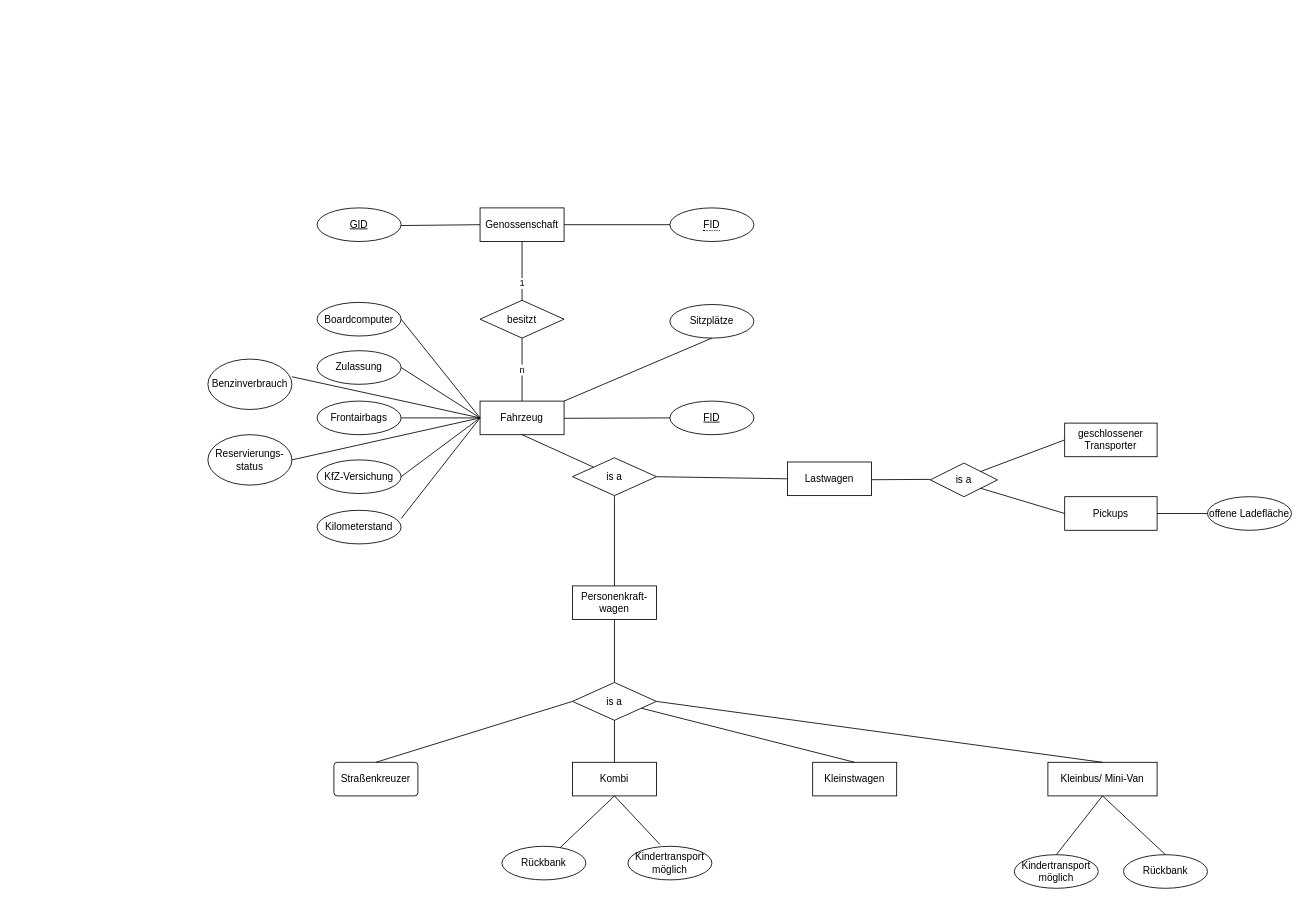
Above: page "Maurice" (2 of 8) of Diagramm.drawio in maudetroll/drawIO (draw.io), before the change. Source tidied: cells renumbered, new cells numbered last; positions are measured from the earlier drawing's top-left corner, leaving out a move shared by most shapes. Both pictures are drawn from the tidied source at 84%, with x=0, y=0 at pixel (207, 207).
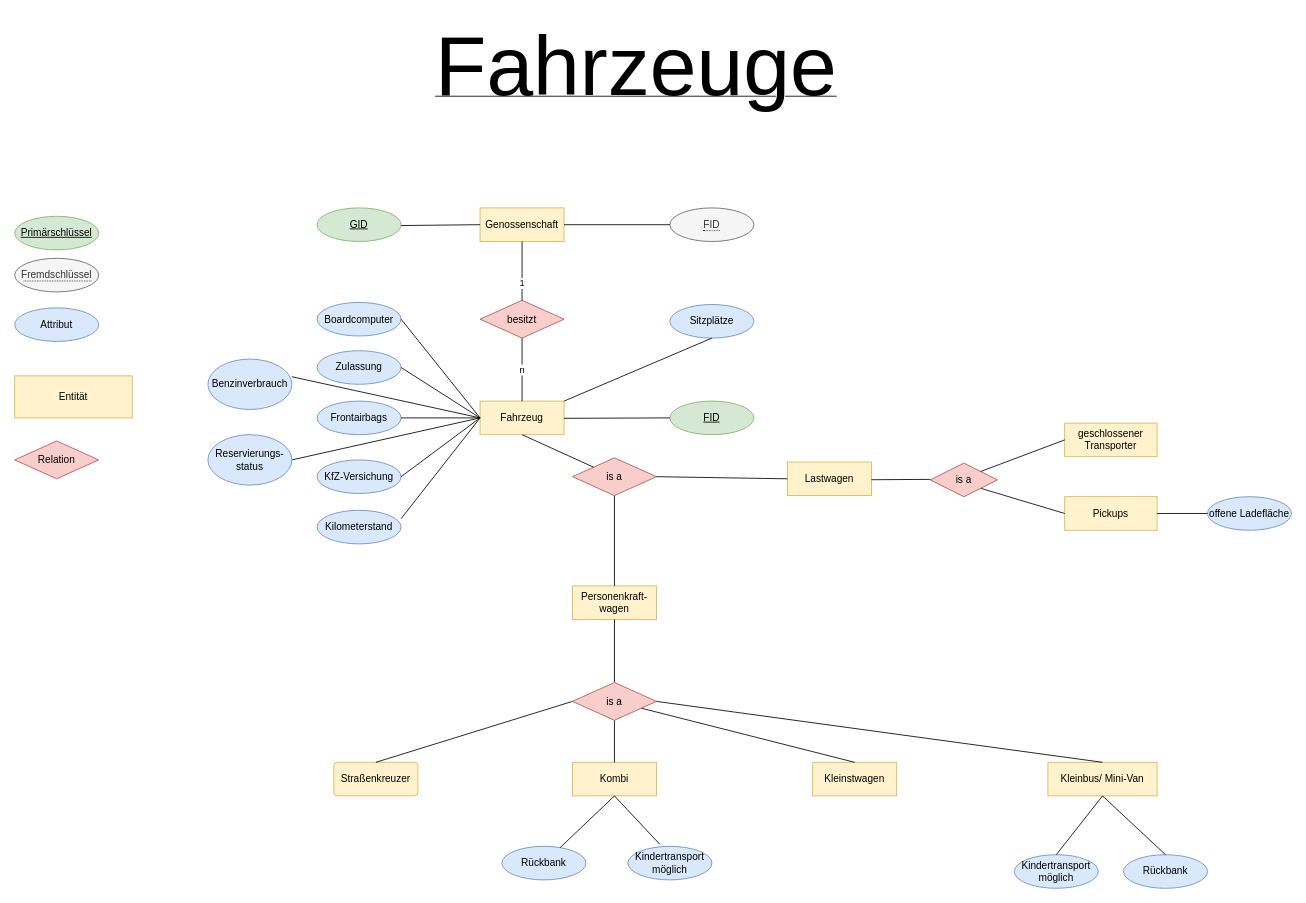
The same page after the edit.

Change to the diagram source:
```diff
@@
-    <mxCell id="2" value="Genossenschaft" style="whiteSpace=wrap;html=1;align=center;" parent="1" vertex="1">
+    <mxCell id="2" value="Genossenschaft" style="whiteSpace=wrap;html=1;align=center;fillColor=#fff2cc;strokeColor=#d6b656;" parent="1" vertex="1">
       <mxGeometry x="324" width="100" height="40" as="geometry" />
     </mxCell>
-    <mxCell id="3" value="Fahrzeug" style="whiteSpace=wrap;html=1;align=center;" parent="1" vertex="1">
+    <mxCell id="3" value="Fahrzeug" style="whiteSpace=wrap;html=1;align=center;fillColor=#fff2cc;strokeColor=#d6b656;" parent="1" vertex="1">
       <mxGeometry x="324" y="230" width="100" height="40" as="geometry" />
     </mxCell>
-    <mxCell id="4" value="Kleinstwagen" style="whiteSpace=wrap;html=1;align=center;" parent="1" vertex="1">
+    <mxCell id="4" value="Kleinstwagen" style="whiteSpace=wrap;html=1;align=center;fillColor=#fff2cc;strokeColor=#d6b656;" parent="1" vertex="1">
       <mxGeometry x="720" y="660" width="100" height="40" as="geometry" />
     </mxCell>
-    <mxCell id="5" value="Personenkraft-wagen" style="whiteSpace=wrap;html=1;align=center;" parent="1" vertex="1">
+    <mxCell id="5" value="Personenkraft-wagen" style="whiteSpace=wrap;html=1;align=center;fillColor=#fff2cc;strokeColor=#d6b656;" parent="1" vertex="1">
       <mxGeometry x="434" y="450" width="100" height="40" as="geometry" />
     </mxCell>
-    <mxCell id="6" value="Lastwagen" style="whiteSpace=wrap;html=1;align=center;" parent="1" vertex="1">
+    <mxCell id="6" value="Lastwagen" style="whiteSpace=wrap;html=1;align=center;fillColor=#fff2cc;strokeColor=#d6b656;" parent="1" vertex="1">
       <mxGeometry x="690" y="302.5" width="100" height="40" as="geometry" />
     </mxCell>
-    <mxCell id="7" value="&lt;span style=&quot;color: rgb(0 , 0 , 0) ; font-family: &amp;#34;helvetica&amp;#34; ; font-size: 12px ; font-style: normal ; letter-spacing: normal ; text-align: center ; text-indent: 0px ; text-transform: none ; word-spacing: 0px ; background-color: rgb(248 , 249 , 250) ; display: inline ; float: none&quot;&gt;Kleinbus/ Mini-Van&lt;/span&gt;" style="whiteSpace=wrap;html=1;align=center;" parent="1" vertex="1">
+    <mxCell id="7" value="&lt;span style=&quot;&quot;&gt;&lt;span style=&quot;color: rgb(0 , 0 , 0) ; font-family: &amp;quot;helvetica&amp;quot; ; font-size: 12px ; font-style: normal ; letter-spacing: normal ; text-align: center ; text-indent: 0px ; text-transform: none ; word-spacing: 0px ; display: inline ; float: none&quot;&gt;Kleinbus/ Mini-Van&lt;/span&gt;&lt;/span&gt;" style="whiteSpace=wrap;html=1;align=center;fillColor=#fff2cc;strokeColor=#d6b656;labelBackgroundColor=none;" parent="1" vertex="1">
       <mxGeometry x="1000" y="660" width="130" height="40" as="geometry" />
     </mxCell>
-    <mxCell id="8" value="Kombi" style="whiteSpace=wrap;html=1;align=center;" parent="1" vertex="1">
+    <mxCell id="8" value="Kombi" style="whiteSpace=wrap;html=1;align=center;fillColor=#fff2cc;strokeColor=#d6b656;" parent="1" vertex="1">
       <mxGeometry x="434" y="660" width="100" height="40" as="geometry" />
     </mxCell>
-    <mxCell id="9" value="&lt;div&gt;geschlossener&lt;/div&gt;&lt;div&gt;Transporter&lt;/div&gt;" style="whiteSpace=wrap;html=1;align=center;" parent="1" vertex="1">
+    <mxCell id="9" value="&lt;div&gt;geschlossener&lt;/div&gt;&lt;div&gt;Transporter&lt;/div&gt;" style="whiteSpace=wrap;html=1;align=center;fillColor=#fff2cc;strokeColor=#d6b656;" parent="1" vertex="1">
       <mxGeometry x="1020" y="256.2" width="110" height="40" as="geometry" />
     </mxCell>
-    <mxCell id="10" value="Pickups" style="whiteSpace=wrap;html=1;align=center;" parent="1" vertex="1">
+    <mxCell id="10" value="Pickups" style="whiteSpace=wrap;html=1;align=center;fillColor=#fff2cc;strokeColor=#d6b656;" parent="1" vertex="1">
       <mxGeometry x="1020" y="343.8" width="110" height="40" as="geometry" />
     </mxCell>
-    <mxCell id="11" value="besitzt" style="shape=rhombus;perimeter=rhombusPerimeter;whiteSpace=wrap;html=1;align=center;" parent="1" vertex="1">
+    <mxCell id="11" value="besitzt" style="shape=rhombus;perimeter=rhombusPerimeter;whiteSpace=wrap;html=1;align=center;fillColor=#f8cecc;strokeColor=#b85450;" parent="1" vertex="1">
       <mxGeometry x="324" y="110" width="100" height="45" as="geometry" />
     </mxCell>
@@
-    <mxCell id="15" value="is a" style="shape=rhombus;perimeter=rhombusPerimeter;whiteSpace=wrap;html=1;align=center;" parent="1" vertex="1">
+    <mxCell id="15" value="is a" style="shape=rhombus;perimeter=rhombusPerimeter;whiteSpace=wrap;html=1;align=center;fillColor=#f8cecc;strokeColor=#b85450;" parent="1" vertex="1">
       <mxGeometry x="434" y="297.5" width="100" height="45" as="geometry" />
     </mxCell>
@@
-    <mxCell id="18" value="is a" style="shape=rhombus;perimeter=rhombusPerimeter;whiteSpace=wrap;html=1;align=center;fillColor=none;" parent="1" vertex="1">
+    <mxCell id="18" value="is a" style="shape=rhombus;perimeter=rhombusPerimeter;whiteSpace=wrap;html=1;align=center;fillColor=#f8cecc;strokeColor=#b85450;" parent="1" vertex="1">
       <mxGeometry x="860" y="303.8" width="80" height="40" as="geometry" />
     </mxCell>
@@
-    <mxCell id="20" value="Straßenkreuzer" style="rounded=1;arcSize=10;whiteSpace=wrap;html=1;align=center;fillColor=none;" parent="1" vertex="1">
+    <mxCell id="20" value="Straßenkreuzer" style="rounded=1;arcSize=10;whiteSpace=wrap;html=1;align=center;fillColor=#fff2cc;strokeColor=#d6b656;" parent="1" vertex="1">
       <mxGeometry x="150" y="660" width="100" height="40" as="geometry" />
     </mxCell>
@@
-    <mxCell id="27" value="Frontairbags" style="ellipse;whiteSpace=wrap;html=1;align=center;" parent="1" vertex="1">
+    <mxCell id="27" value="Frontairbags" style="ellipse;whiteSpace=wrap;html=1;align=center;fillColor=#dae8fc;strokeColor=#6c8ebf;" parent="1" vertex="1">
       <mxGeometry x="130" y="230" width="100" height="40" as="geometry" />
     </mxCell>
@@
-    <mxCell id="29" value="Zulassung" style="ellipse;whiteSpace=wrap;html=1;align=center;" parent="1" vertex="1">
+    <mxCell id="29" value="Zulassung" style="ellipse;whiteSpace=wrap;html=1;align=center;fillColor=#dae8fc;strokeColor=#6c8ebf;" parent="1" vertex="1">
       <mxGeometry x="130" y="170" width="100" height="40" as="geometry" />
     </mxCell>
@@
-    <mxCell id="31" value="KfZ-Versichung" style="ellipse;whiteSpace=wrap;html=1;align=center;" parent="1" vertex="1">
+    <mxCell id="31" value="KfZ-Versichung" style="ellipse;whiteSpace=wrap;html=1;align=center;fillColor=#dae8fc;strokeColor=#6c8ebf;" parent="1" vertex="1">
       <mxGeometry x="130" y="300" width="100" height="40" as="geometry" />
     </mxCell>
@@
-    <mxCell id="33" value="Kilometerstand" style="ellipse;whiteSpace=wrap;html=1;align=center;" parent="1" vertex="1">
+    <mxCell id="33" value="Kilometerstand" style="ellipse;whiteSpace=wrap;html=1;align=center;fillColor=#dae8fc;strokeColor=#6c8ebf;" parent="1" vertex="1">
       <mxGeometry x="130" y="360" width="100" height="40" as="geometry" />
     </mxCell>
@@
-    <mxCell id="35" value="Boardcomputer" style="ellipse;whiteSpace=wrap;html=1;align=center;" parent="1" vertex="1">
+    <mxCell id="35" value="Boardcomputer" style="ellipse;whiteSpace=wrap;html=1;align=center;fillColor=#dae8fc;strokeColor=#6c8ebf;" parent="1" vertex="1">
       <mxGeometry x="130" y="112.5" width="100" height="40" as="geometry" />
     </mxCell>
@@
-    <mxCell id="37" value="&lt;div&gt;Benzinverbrauch&lt;/div&gt;" style="ellipse;whiteSpace=wrap;html=1;align=center;" parent="1" vertex="1">
+    <mxCell id="37" value="&lt;div&gt;Benzinverbrauch&lt;/div&gt;" style="ellipse;whiteSpace=wrap;html=1;align=center;fillColor=#dae8fc;strokeColor=#6c8ebf;" parent="1" vertex="1">
       <mxGeometry y="180" width="100" height="60" as="geometry" />
     </mxCell>
@@
-    <mxCell id="39" value="Rückbank" style="ellipse;whiteSpace=wrap;html=1;align=center;" parent="1" vertex="1">
+    <mxCell id="39" value="Rückbank" style="ellipse;whiteSpace=wrap;html=1;align=center;fillColor=#dae8fc;strokeColor=#6c8ebf;" parent="1" vertex="1">
       <mxGeometry x="350" y="760" width="100" height="40" as="geometry" />
     </mxCell>
-    <mxCell id="40" value="Rückbank" style="ellipse;whiteSpace=wrap;html=1;align=center;" parent="1" vertex="1">
+    <mxCell id="40" value="Rückbank" style="ellipse;whiteSpace=wrap;html=1;align=center;fillColor=#dae8fc;strokeColor=#6c8ebf;" parent="1" vertex="1">
       <mxGeometry x="1090" y="770" width="100" height="40" as="geometry" />
     </mxCell>
-    <mxCell id="41" value="&lt;div&gt;Kindertransport &lt;br&gt;&lt;/div&gt;&lt;div&gt;möglich&lt;br&gt;&lt;/div&gt;" style="ellipse;whiteSpace=wrap;html=1;align=center;" parent="1" vertex="1">
+    <mxCell id="41" value="&lt;div&gt;Kindertransport &lt;br&gt;&lt;/div&gt;&lt;div&gt;möglich&lt;br&gt;&lt;/div&gt;" style="ellipse;whiteSpace=wrap;html=1;align=center;fillColor=#dae8fc;strokeColor=#6c8ebf;" parent="1" vertex="1">
       <mxGeometry x="500" y="760" width="100" height="40" as="geometry" />
     </mxCell>
-    <mxCell id="42" value="&lt;div&gt;Kindertransport &lt;br&gt;&lt;/div&gt;&lt;div&gt;möglich&lt;br&gt;&lt;/div&gt;" style="ellipse;whiteSpace=wrap;html=1;align=center;" parent="1" vertex="1">
+    <mxCell id="42" value="&lt;div&gt;Kindertransport &lt;br&gt;&lt;/div&gt;&lt;div&gt;möglich&lt;br&gt;&lt;/div&gt;" style="ellipse;whiteSpace=wrap;html=1;align=center;fillColor=#dae8fc;strokeColor=#6c8ebf;" parent="1" vertex="1">
       <mxGeometry x="960" y="770" width="100" height="40" as="geometry" />
     </mxCell>
@@
-    <mxCell id="47" value="Reservierungs-status" style="ellipse;whiteSpace=wrap;html=1;align=center;" parent="1" vertex="1">
+    <mxCell id="47" value="Reservierungs-status" style="ellipse;whiteSpace=wrap;html=1;align=center;fillColor=#dae8fc;strokeColor=#6c8ebf;" parent="1" vertex="1">
       <mxGeometry y="270" width="100" height="60" as="geometry" />
     </mxCell>
@@
-    <mxCell id="49" value="offene Ladefläche" style="ellipse;whiteSpace=wrap;html=1;align=center;" parent="1" vertex="1">
+    <mxCell id="49" value="offene Ladefläche" style="ellipse;whiteSpace=wrap;html=1;align=center;fillColor=#dae8fc;strokeColor=#6c8ebf;" parent="1" vertex="1">
       <mxGeometry x="1190" y="343.8" width="100" height="40" as="geometry" />
     </mxCell>
@@
-    <mxCell id="51" value="GID" style="ellipse;whiteSpace=wrap;html=1;align=center;fontStyle=4;" parent="1" vertex="1">
+    <mxCell id="51" value="GID" style="ellipse;whiteSpace=wrap;html=1;align=center;fontStyle=4;strokeColor=#82b366;fillColor=#d5e8d4;" parent="1" vertex="1">
       <mxGeometry x="130" width="100" height="40" as="geometry" />
     </mxCell>
@@
-    <mxCell id="53" value="is a" style="shape=rhombus;perimeter=rhombusPerimeter;whiteSpace=wrap;html=1;align=center;" parent="1" vertex="1">
+    <mxCell id="53" value="is a" style="shape=rhombus;perimeter=rhombusPerimeter;whiteSpace=wrap;html=1;align=center;fillColor=#f8cecc;strokeColor=#b85450;" parent="1" vertex="1">
       <mxGeometry x="434" y="565" width="100" height="45" as="geometry" />
     </mxCell>
@@
-    <mxCell id="55" value="FID" style="ellipse;whiteSpace=wrap;html=1;align=center;fontStyle=4;" parent="1" vertex="1">
+    <mxCell id="55" value="FID" style="ellipse;whiteSpace=wrap;html=1;align=center;fontStyle=4;fillColor=#d5e8d4;strokeColor=#82b366;" parent="1" vertex="1">
       <mxGeometry x="550" y="230" width="100" height="40" as="geometry" />
     </mxCell>
@@
-    <mxCell id="57" value="&lt;span style=&quot;border-bottom: 1px dotted&quot;&gt;FID&lt;/span&gt;" style="ellipse;whiteSpace=wrap;html=1;align=center;" parent="1" vertex="1">
+    <mxCell id="57" value="&lt;span style=&quot;border-bottom: 1px dotted&quot;&gt;FID&lt;/span&gt;" style="ellipse;whiteSpace=wrap;html=1;align=center;fillColor=#f5f5f5;strokeColor=#666666;fontColor=#333333;" parent="1" vertex="1">
       <mxGeometry x="550" width="100" height="40" as="geometry" />
     </mxCell>
@@
-    <mxCell id="59" value="Sitzplätze" style="ellipse;whiteSpace=wrap;html=1;align=center;" parent="1" vertex="1">
+    <mxCell id="59" value="Sitzplätze" style="ellipse;whiteSpace=wrap;html=1;align=center;fillColor=#dae8fc;strokeColor=#6c8ebf;" parent="1" vertex="1">
       <mxGeometry x="550" y="115" width="100" height="40" as="geometry" />
     </mxCell>
@@
+    <mxCell id="61" value="Primärschlüssel" style="ellipse;whiteSpace=wrap;html=1;align=center;fontStyle=4;fillColor=#d5e8d4;strokeColor=#82b366;" parent="1" vertex="1">
+      <mxGeometry x="-230" y="10" width="100" height="40" as="geometry" />
+    </mxCell>
+    <mxCell id="62" value="&lt;span style=&quot;border-bottom: 1px dotted&quot;&gt;Fremdschlüssel&lt;/span&gt;" style="ellipse;whiteSpace=wrap;html=1;align=center;fillColor=#f5f5f5;strokeColor=#666666;fontColor=#333333;" parent="1" vertex="1">
+      <mxGeometry x="-230" y="60" width="100" height="40" as="geometry" />
+    </mxCell>
+    <mxCell id="63" value="Attribut" style="ellipse;whiteSpace=wrap;html=1;align=center;fillColor=#dae8fc;strokeColor=#6c8ebf;" parent="1" vertex="1">
+      <mxGeometry x="-230" y="119" width="100" height="40" as="geometry" />
+    </mxCell>
+    <mxCell id="64" value="Entität" style="whiteSpace=wrap;html=1;align=center;fillColor=#fff2cc;strokeColor=#d6b656;" parent="1" vertex="1">
+      <mxGeometry x="-230" y="200" width="140" height="50" as="geometry" />
+    </mxCell>
+    <mxCell id="65" value="Relation" style="shape=rhombus;perimeter=rhombusPerimeter;whiteSpace=wrap;html=1;align=center;fillColor=#f8cecc;strokeColor=#b85450;" parent="1" vertex="1">
+      <mxGeometry x="-230" y="277.5" width="100" height="45" as="geometry" />
+    </mxCell>
+    <mxCell id="66" value="&lt;font style=&quot;font-size: 100px&quot;&gt;Fahrzeuge&lt;/font&gt;" style="rounded=0;whiteSpace=wrap;html=1;labelBackgroundColor=none;fillColor=none;strokeColor=none;fontStyle=4;" parent="1" vertex="1">
+      <mxGeometry x="450" y="-200" width="120" height="60" as="geometry" />
+    </mxCell>
```
